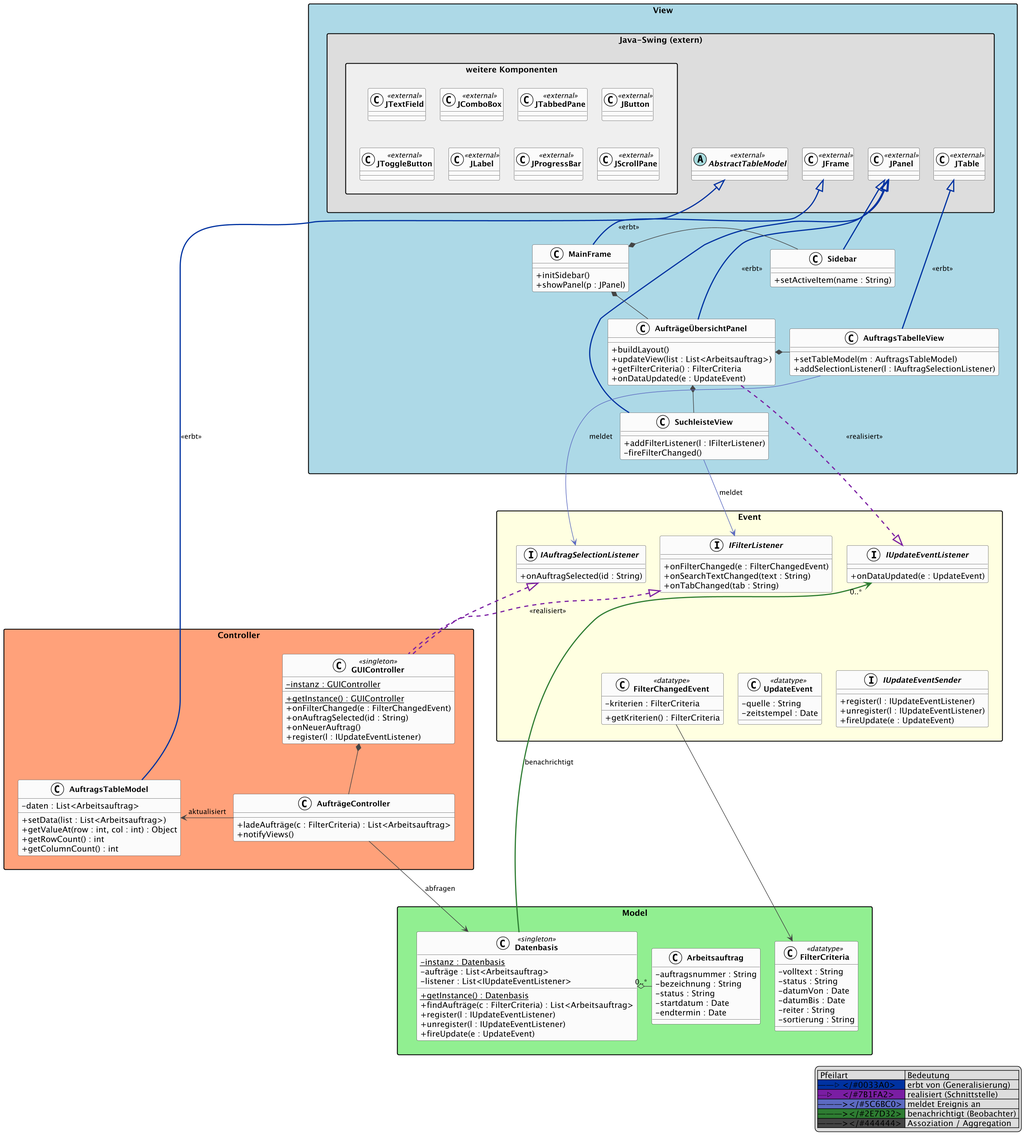
The PlantUML diagram assets/MVC/Kommunikationsschema_Auftraege.png in DaniPolishchuk/SWEProjekt, before a commit.
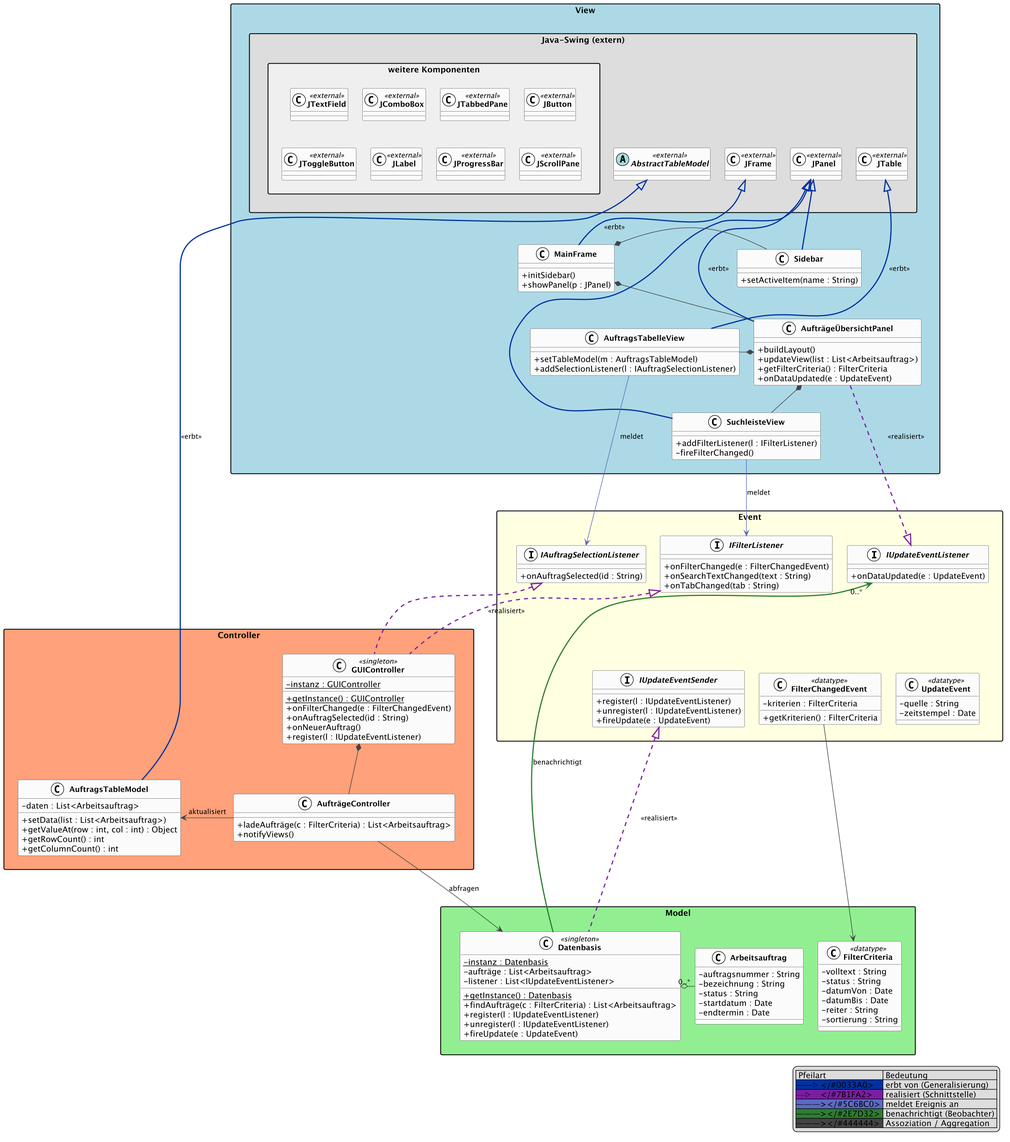
After the change.

Diff of the diagram source:
```diff
@@ -200,6 +200,8 @@
 
 AufträgeÜbersichtPanel .down[#7B1FA2,thickness=2].|> IUpdateEventListener : <<realisiert>>
 
+Datenbasis .up[#7B1FA2,thickness=2].|> IUpdateEventSender : <<realisiert>>
+
 AuftragsTableModel -up[#0033A0,thickness=2]-|> AbstractTableModel : <<erbt>>
 
 AufträgeController -down-> Datenbasis : abfragen
```
